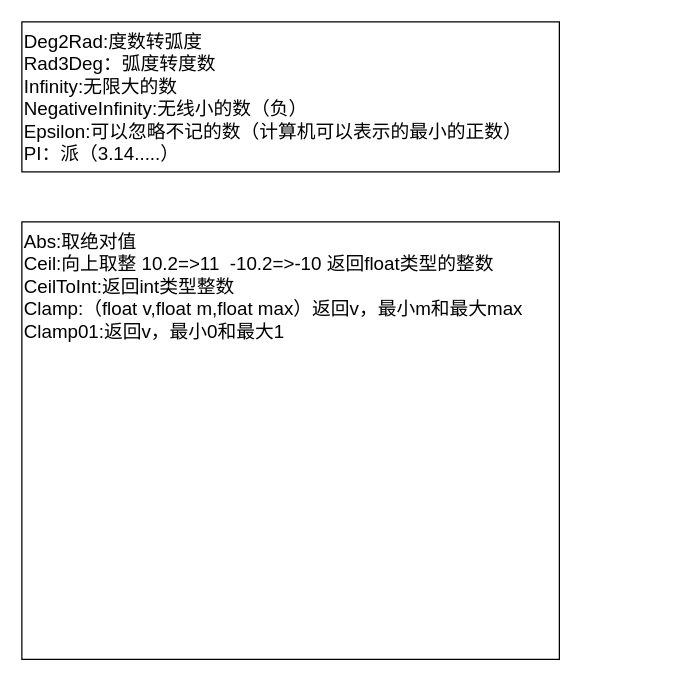
OJMars/Unity keeps this draw.io diagram as page "Mathf" (2 of 2) of Unity流程.drawio. Above is the earlier version. Source tidied: cells renumbered, new cells numbered last; positions are measured from the earlier drawing's top-left corner, leaving out a move shared by most shapes. Both pictures are drawn from the tidied source at 125%, with x=0, y=0 at pixel (21, 21).
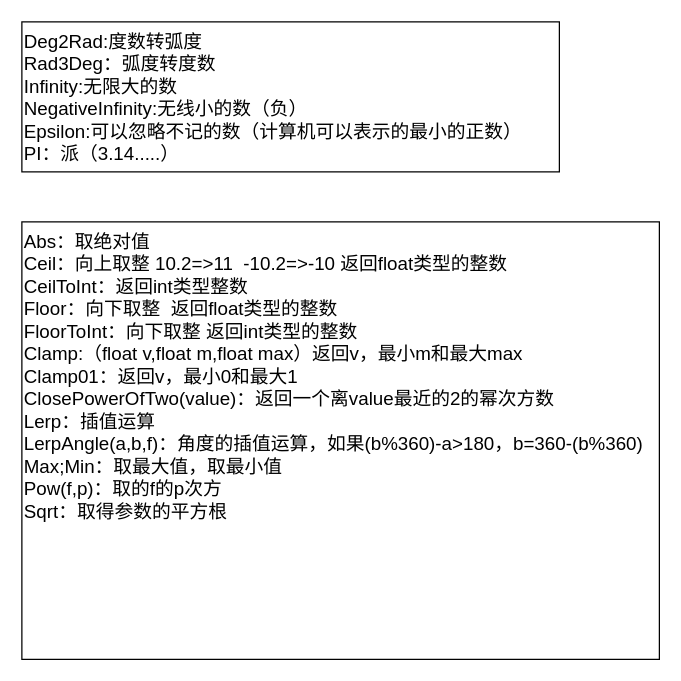
The same diagram, later.

The edit, as a diff of the source:
```diff
@@
 <mxGraphModel>
   <root>
     <mxCell id="0" />
     <mxCell id="1" parent="0" />
     <mxCell id="2" value="&lt;font style=&quot;font-size: 15px&quot;&gt;Deg2Rad:度数转弧度&lt;br&gt;&lt;div style=&quot;text-align: left&quot;&gt;&lt;span&gt;Rad3Deg：弧度转度数&lt;/span&gt;&lt;/div&gt;&lt;div style=&quot;text-align: left&quot;&gt;Infinity:无限大的数&lt;/div&gt;&lt;div style=&quot;text-align: left&quot;&gt;NegativeInfinity:无线小的数（负）&lt;/div&gt;&lt;div style=&quot;text-align: left&quot;&gt;Epsilon:可以忽略不记的数（计算机可以表示的最小的正数）&lt;/div&gt;&lt;div style=&quot;text-align: left&quot;&gt;PI：派（3.14.....）&lt;/div&gt;&lt;/font&gt;" style="rounded=0;whiteSpace=wrap;html=1;align=left;" parent="1" vertex="1">
       <mxGeometry width="430" height="120" as="geometry" />
     </mxCell>
-    <mxCell id="3" value="Abs:取绝对值&lt;br&gt;Ceil:向上取整 10.2=&amp;gt;11&amp;nbsp; -10.2=&amp;gt;-10 返回float类型的整数&lt;br&gt;CeilToInt:返回int类型整数&lt;br&gt;Clamp:（float v,float m,float max）返回v，最小m和最大max&lt;br&gt;Clamp01:返回v，最小0和最大1&lt;br&gt;" style="rounded=0;whiteSpace=wrap;html=1;align=left;fontSize=15;verticalAlign=top;" parent="1" vertex="1">
-      <mxGeometry y="160" width="430" height="350" as="geometry" />
+    <mxCell id="3" value="Abs：取绝对值&lt;br&gt;Ceil：向上取整 10.2=&amp;gt;11&amp;nbsp; -10.2=&amp;gt;-10 返回float类型的整数&lt;br&gt;CeilToInt：返回int类型整数&lt;br&gt;Floor：向下取整&amp;nbsp; 返回float类型的整数&lt;br&gt;FloorToInt：向下取整 返回int类型的整数&lt;br&gt;Clamp:（float v,float m,float max）返回v，最小m和最大max&lt;br&gt;Clamp01：返回v，最小0和最大1&lt;br&gt;ClosePowerOfTwo(value)：返回一个离value最近的2的幂次方数&lt;br&gt;Lerp：插值运算&lt;br&gt;LerpAngle(a,b,f)：角度的插值运算，如果(b%360)-a&amp;gt;180，b=360-(b%360)&amp;nbsp;&lt;br&gt;Max;Min：取最大值，取最小值&lt;br&gt;Pow(f,p)：取的f的p次方&lt;br&gt;Sqrt：取得参数的平方根&lt;br&gt;&lt;br&gt;" style="rounded=0;whiteSpace=wrap;html=1;align=left;fontSize=15;verticalAlign=top;" parent="1" vertex="1">
+      <mxGeometry y="160" width="510" height="350" as="geometry" />
     </mxCell>
   </root>
 </mxGraphModel>
```
